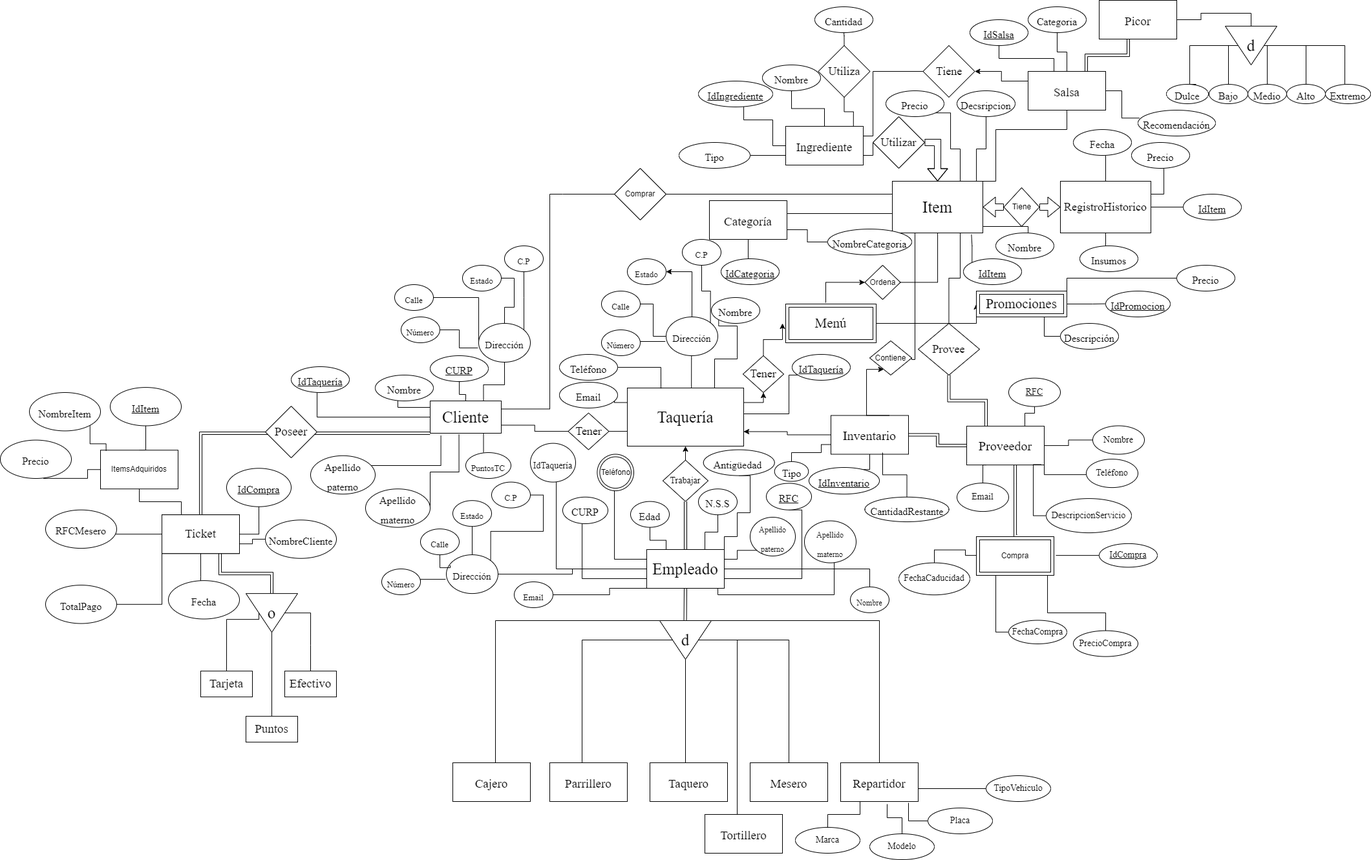
This is ProyectoFinal_DVDSJ/Diagramas/TacoRiendo_Entidad-Relacion_V2.drawio.png from DavidHdezU/FundamentosBasesDeDatosPracticas, a draw.io export, as it was before one commit. Source tidied: cells renumbered, new cells last; positions are measured from the earlier drawing's top-left corner, leaving out a move shared by most shapes.
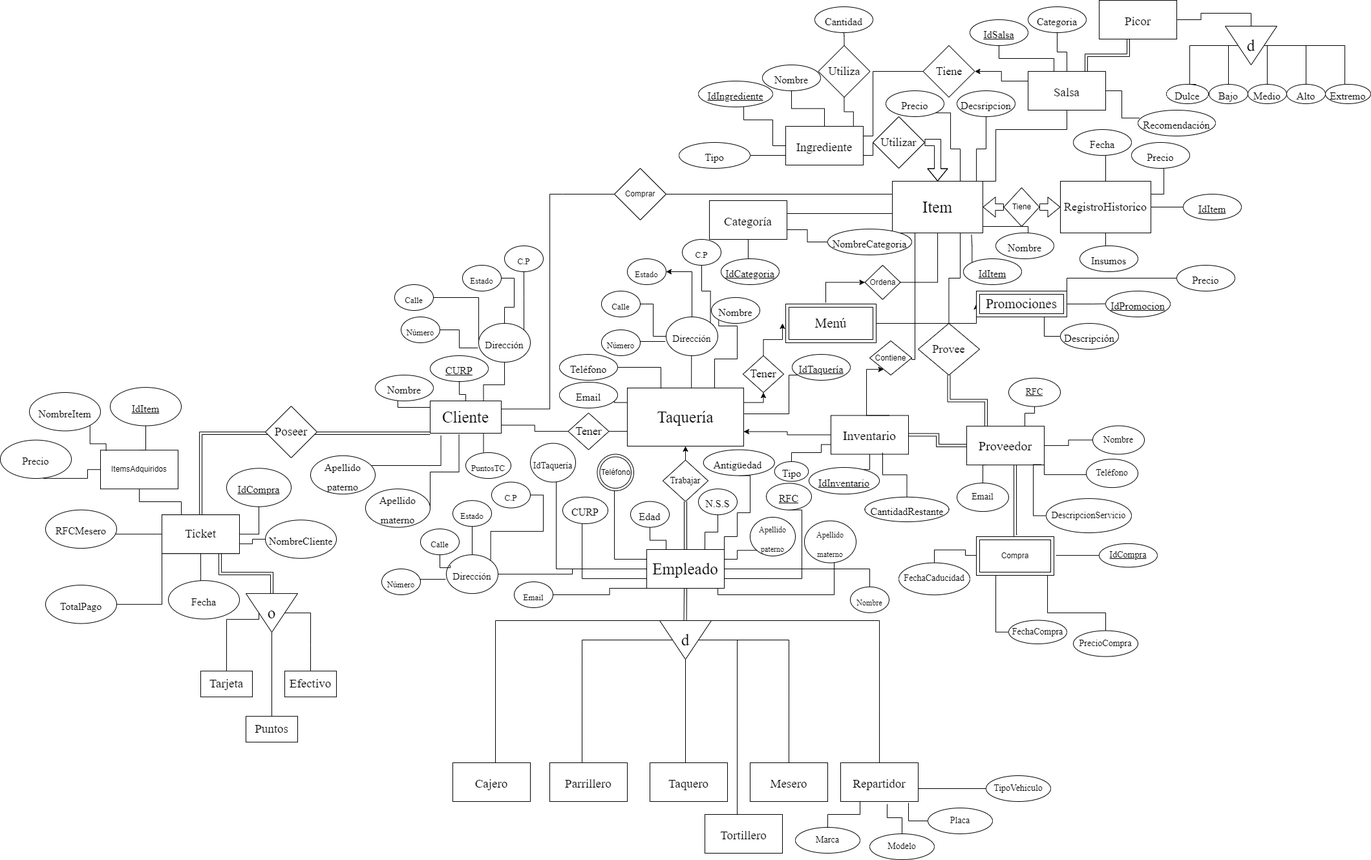
Above is the later version.

Diff of the diagram source:
```diff
@@ -270,13 +270,6 @@
         </Array>
       </mxGeometry>
     </mxCell>
-    <mxCell id="65" style="edgeStyle=orthogonalEdgeStyle;rounded=0;jettySize=auto;html=1;entryX=1;entryY=0.5;entryDx=0;entryDy=0;fontFamily=Times New Roman;fontSize=14;endArrow=none;endFill=0;" parent="1" edge="1" source="69" target="90">
-      <mxGeometry relative="1" as="geometry">
-        <Array as="points">
-          <mxPoint x="490" y="645" />
-        </Array>
-      </mxGeometry>
-    </mxCell>
     <mxCell id="66" style="edgeStyle=orthogonalEdgeStyle;rounded=0;jettySize=auto;html=1;fontFamily=Times New Roman;fontSize=19;endArrow=none;endFill=0;shape=link;" parent="1" edge="1" source="69">
       <mxGeometry relative="1" as="geometry">
         <mxPoint x="350" y="810" as="targetPoint" />
@@ -393,9 +386,6 @@
     <mxCell id="89" value="&lt;font style=&quot;font-size: 13px;&quot;&gt;C.P&lt;/font&gt;" style="ellipse;whiteSpace=wrap;html=1;fontSize=25;fontFamily=Times New Roman;rounded=0;" parent="1" vertex="1">
       <mxGeometry x="780" y="380" width="60" height="40" as="geometry" />
     </mxCell>
-    <mxCell id="90" value="&lt;font style=&quot;font-size: 16px;&quot;&gt;&lt;u&gt;IdTaquería&lt;/u&gt;&lt;/font&gt;" style="ellipse;whiteSpace=wrap;html=1;fontSize=25;fontFamily=Times New Roman;rounded=0;" parent="1" vertex="1">
-      <mxGeometry x="450" y="567" width="90" height="40" as="geometry" />
-    </mxCell>
     <mxCell id="91" value="d" style="triangle;whiteSpace=wrap;html=1;fontFamily=Times New Roman;fontSize=25;direction=south;" parent="1" vertex="1">
       <mxGeometry x="1020" y="960" width="80" height="60" as="geometry" />
     </mxCell>
```
